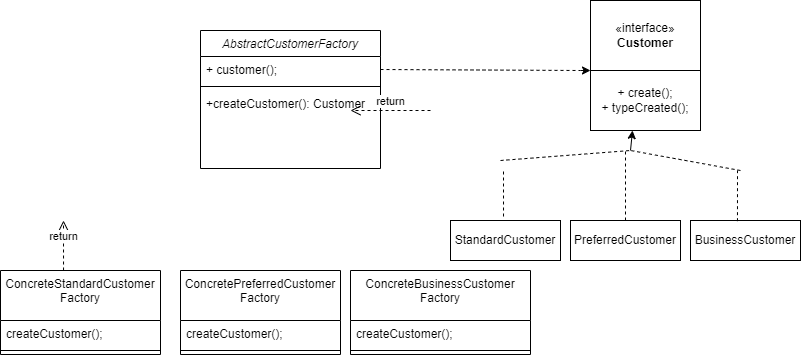
Above: Assign3Part3 Diagram.drawio.png in jimmyjazz31/CS665Assign3 (draw.io), before the change. Source tidied: cells renumbered, new cells last; positions are measured from the earlier drawing's top-left corner, leaving out a move shared by most shapes. Source of this version:
```xml
<mxGraphModel>
  <root>
    <mxCell id="0" />
    <mxCell id="1" parent="0" />
    <mxCell id="2" value="AbstractCustomerFactory" style="swimlane;fontStyle=2;align=center;verticalAlign=top;horizontal=1;startSize=26;rounded=0;shadow=0;strokeWidth=1;" parent="1" vertex="1">
      <mxGeometry x="200" y="30" width="180" height="138" as="geometry" />
    </mxCell>
    <mxCell id="3" value="+ customer();" style="text;align=left;verticalAlign=top;spacingLeft=4;spacingRight=4;overflow=hidden;points=[[0,0.5],[1,0.5]];portConstraint=eastwest;" parent="2" vertex="1">
      <mxGeometry y="26" width="180" height="26" as="geometry" />
    </mxCell>
    <mxCell id="4" style="line;html=1;strokeWidth=1;align=left;verticalAlign=middle;spacingTop=-1;spacingLeft=3;spacingRight=3;labelPosition=right;" parent="2" vertex="1">
      <mxGeometry y="52" width="180" height="8" as="geometry" />
    </mxCell>
    <mxCell id="5" value="+createCustomer(): Customer" style="text;align=left;verticalAlign=top;spacingLeft=4;spacingRight=4;overflow=hidden;" parent="2" vertex="1">
      <mxGeometry y="60" width="180" height="26" as="geometry" />
    </mxCell>
    <mxCell id="6" value="ConcreteStandardCustomer&#10;Factory" style="swimlane;fontStyle=0;align=center;verticalAlign=top;horizontal=1;startSize=50;rounded=0;shadow=0;strokeWidth=1;" parent="1" vertex="1">
      <mxGeometry y="270" width="160" height="84" as="geometry" />
    </mxCell>
    <mxCell id="7" value="createCustomer();" style="text;align=left;verticalAlign=top;spacingLeft=4;spacingRight=4;overflow=hidden;" parent="6" vertex="1">
      <mxGeometry y="50" width="160" height="26" as="geometry" />
    </mxCell>
    <mxCell id="8" style="line;html=1;strokeWidth=1;align=left;verticalAlign=middle;spacingTop=-1;spacingLeft=3;spacingRight=3;labelPosition=right;" parent="6" vertex="1">
      <mxGeometry y="76" width="160" height="8" as="geometry" />
    </mxCell>
    <mxCell id="9" value="ConcretePreferredCustomer&#10;Factory" style="swimlane;fontStyle=0;align=center;verticalAlign=top;horizontal=1;startSize=50;rounded=0;shadow=0;strokeWidth=1;" parent="1" vertex="1">
      <mxGeometry x="180" y="270" width="160" height="84" as="geometry" />
    </mxCell>
    <mxCell id="10" value="createCustomer();" style="text;align=left;verticalAlign=top;spacingLeft=4;spacingRight=4;overflow=hidden;" parent="9" vertex="1">
      <mxGeometry y="50" width="160" height="26" as="geometry" />
    </mxCell>
    <mxCell id="11" style="line;html=1;strokeWidth=1;align=left;verticalAlign=middle;spacingTop=-1;spacingLeft=3;spacingRight=3;labelPosition=right;" parent="9" vertex="1">
      <mxGeometry y="76" width="160" height="8" as="geometry" />
    </mxCell>
    <mxCell id="12" value="«interface»&lt;br&gt;&lt;b&gt;Customer&lt;/b&gt;" style="html=1;whiteSpace=wrap;" parent="1" vertex="1">
      <mxGeometry x="590" width="110" height="70" as="geometry" />
    </mxCell>
    <mxCell id="13" value="PreferredCustomer" style="rounded=0;whiteSpace=wrap;html=1;" parent="1" vertex="1">
      <mxGeometry x="570" y="220" width="110" height="40" as="geometry" />
    </mxCell>
    <mxCell id="14" value="+ create();&lt;div&gt;+ typeCreated();&lt;/div&gt;" style="rounded=0;whiteSpace=wrap;html=1;" parent="1" vertex="1">
      <mxGeometry x="590" y="70" width="110" height="60" as="geometry" />
    </mxCell>
    <mxCell id="15" value="BusinessCustomer" style="rounded=0;whiteSpace=wrap;html=1;" parent="1" vertex="1">
      <mxGeometry x="690" y="220" width="110" height="40" as="geometry" />
    </mxCell>
    <mxCell id="16" value="StandardCustomer&lt;span style=&quot;white-space: pre;&quot;&gt;&#9;&lt;/span&gt;" style="rounded=0;whiteSpace=wrap;html=1;" parent="1" vertex="1">
      <mxGeometry x="450" y="220" width="110" height="40" as="geometry" />
    </mxCell>
    <mxCell id="17" style="endArrow=none;dashed=1;html=1;rounded=0;" parent="1" edge="1">
      <mxGeometry relative="1" as="geometry">
        <mxPoint x="500" y="160" as="sourcePoint" />
        <mxPoint x="630" y="150" as="targetPoint" />
      </mxGeometry>
    </mxCell>
    <mxCell id="18" style="endArrow=none;dashed=1;html=1;rounded=0;exitX=0.482;exitY=-0.1;exitDx=0;exitDy=0;exitPerimeter=0;" parent="1" edge="1" source="16">
      <mxGeometry relative="1" as="geometry">
        <mxPoint x="503" y="170" as="targetPoint" />
      </mxGeometry>
    </mxCell>
    <mxCell id="19" style="endArrow=none;dashed=1;html=1;rounded=0;exitX=0.5;exitY=0;exitDx=0;exitDy=0;" parent="1" edge="1" source="13">
      <mxGeometry relative="1" as="geometry">
        <mxPoint x="625" y="150" as="targetPoint" />
      </mxGeometry>
    </mxCell>
    <mxCell id="20" style="endArrow=none;dashed=1;html=1;rounded=0;exitX=0.427;exitY=0.017;exitDx=0;exitDy=0;exitPerimeter=0;" parent="1" edge="1" source="15">
      <mxGeometry relative="1" as="geometry">
        <mxPoint x="737" y="170" as="targetPoint" />
      </mxGeometry>
    </mxCell>
    <mxCell id="21" style="endArrow=none;dashed=1;html=1;rounded=0;" parent="1" edge="1">
      <mxGeometry relative="1" as="geometry">
        <mxPoint x="740" y="170" as="sourcePoint" />
        <mxPoint x="630" y="150" as="targetPoint" />
      </mxGeometry>
    </mxCell>
    <mxCell id="22" style="endArrow=classic;html=1;rounded=0;entryX=0.382;entryY=1;entryDx=0;entryDy=0;entryPerimeter=0;" parent="1" edge="1" target="14">
      <mxGeometry relative="1" as="geometry">
        <mxPoint x="630" y="150" as="sourcePoint" />
      </mxGeometry>
    </mxCell>
    <mxCell id="23" style="endArrow=none;dashed=1;html=1;rounded=0;exitX=1;exitY=0.5;exitDx=0;exitDy=0;" parent="1" edge="1" source="3">
      <mxGeometry relative="1" as="geometry">
        <mxPoint x="580" y="70" as="targetPoint" />
      </mxGeometry>
    </mxCell>
    <mxCell id="24" style="endArrow=classic;html=1;rounded=0;entryX=0;entryY=1;entryDx=0;entryDy=0;" parent="1" edge="1" target="12">
      <mxGeometry relative="1" as="geometry">
        <mxPoint x="580" y="70" as="sourcePoint" />
      </mxGeometry>
    </mxCell>
    <mxCell id="25" value="ConcreteBusinessCustomer&#10;Factory" style="swimlane;fontStyle=0;align=center;verticalAlign=top;horizontal=1;startSize=50;rounded=0;shadow=0;strokeWidth=1;" parent="1" vertex="1">
      <mxGeometry x="350" y="270" width="180" height="84" as="geometry" />
    </mxCell>
    <mxCell id="26" value="createCustomer();" style="text;align=left;verticalAlign=top;spacingLeft=4;spacingRight=4;overflow=hidden;" parent="25" vertex="1">
      <mxGeometry y="50" width="180" height="26" as="geometry" />
    </mxCell>
    <mxCell id="27" style="line;html=1;strokeWidth=1;align=left;verticalAlign=middle;spacingTop=-1;spacingLeft=3;spacingRight=3;labelPosition=right;" parent="25" vertex="1">
      <mxGeometry y="76" width="180" height="8" as="geometry" />
    </mxCell>
    <mxCell id="28" value="return" style="html=1;verticalAlign=bottom;endArrow=open;dashed=1;endSize=8;curved=0;rounded=0;" parent="1" edge="1">
      <mxGeometry relative="1" as="geometry">
        <mxPoint x="430" y="110" as="sourcePoint" />
        <mxPoint x="350" y="110" as="targetPoint" />
      </mxGeometry>
    </mxCell>
    <mxCell id="29" value="return" style="html=1;verticalAlign=bottom;endArrow=open;dashed=1;endSize=8;curved=0;rounded=0;exitX=0.394;exitY=0;exitDx=0;exitDy=0;exitPerimeter=0;" parent="1" edge="1" source="6">
      <mxGeometry relative="1" as="geometry">
        <mxPoint x="63" y="220" as="targetPoint" />
      </mxGeometry>
    </mxCell>
  </root>
</mxGraphModel>
```
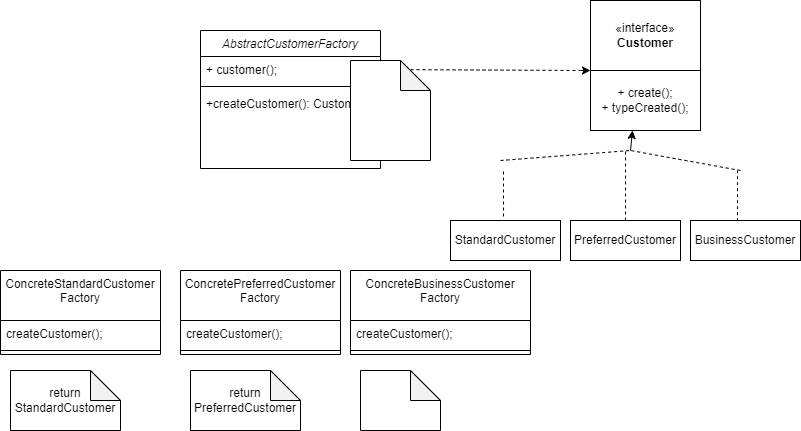
After the commit.

Diff of the diagram source:
```diff
@@ -98,16 +98,17 @@
     <mxCell id="27" style="line;html=1;strokeWidth=1;align=left;verticalAlign=middle;spacingTop=-1;spacingLeft=3;spacingRight=3;labelPosition=right;" parent="25" vertex="1">
       <mxGeometry y="76" width="180" height="8" as="geometry" />
     </mxCell>
-    <mxCell id="28" value="return" style="html=1;verticalAlign=bottom;endArrow=open;dashed=1;endSize=8;curved=0;rounded=0;" parent="1" edge="1">
-      <mxGeometry relative="1" as="geometry">
-        <mxPoint x="430" y="110" as="sourcePoint" />
-        <mxPoint x="350" y="110" as="targetPoint" />
-      </mxGeometry>
-    </mxCell>
-    <mxCell id="29" value="return" style="html=1;verticalAlign=bottom;endArrow=open;dashed=1;endSize=8;curved=0;rounded=0;exitX=0.394;exitY=0;exitDx=0;exitDy=0;exitPerimeter=0;" parent="1" edge="1" source="6">
-      <mxGeometry relative="1" as="geometry">
-        <mxPoint x="63" y="220" as="targetPoint" />
-      </mxGeometry>
-    </mxCell>
+    <mxCell id="30" style="shape=note;whiteSpace=wrap;html=1;backgroundOutline=1;darkOpacity=0.05;" parent="1" vertex="1">
+      <mxGeometry x="350" y="60" width="80" height="100" as="geometry" />
+    </mxCell>
+    <mxCell id="31" value="return StandardCustomer" style="shape=note;whiteSpace=wrap;html=1;backgroundOutline=1;darkOpacity=0.05;" parent="1" vertex="1">
+      <mxGeometry x="10" y="370" width="110" height="60" as="geometry" />
+    </mxCell>
+    <mxCell id="32" value="return&lt;div&gt;PreferredCustomer&lt;/div&gt;" style="shape=note;whiteSpace=wrap;html=1;backgroundOutline=1;darkOpacity=0.05;" parent="1" vertex="1">
+      <mxGeometry x="190" y="370" width="110" height="60" as="geometry" />
+    </mxCell>
+    <mxCell id="33" style="shape=note;whiteSpace=wrap;html=1;backgroundOutline=1;darkOpacity=0.05;" parent="1" vertex="1">
+      <mxGeometry x="360" y="370" width="80" height="60" as="geometry" />
+    </mxCell>
   </root>
 </mxGraphModel>
```
